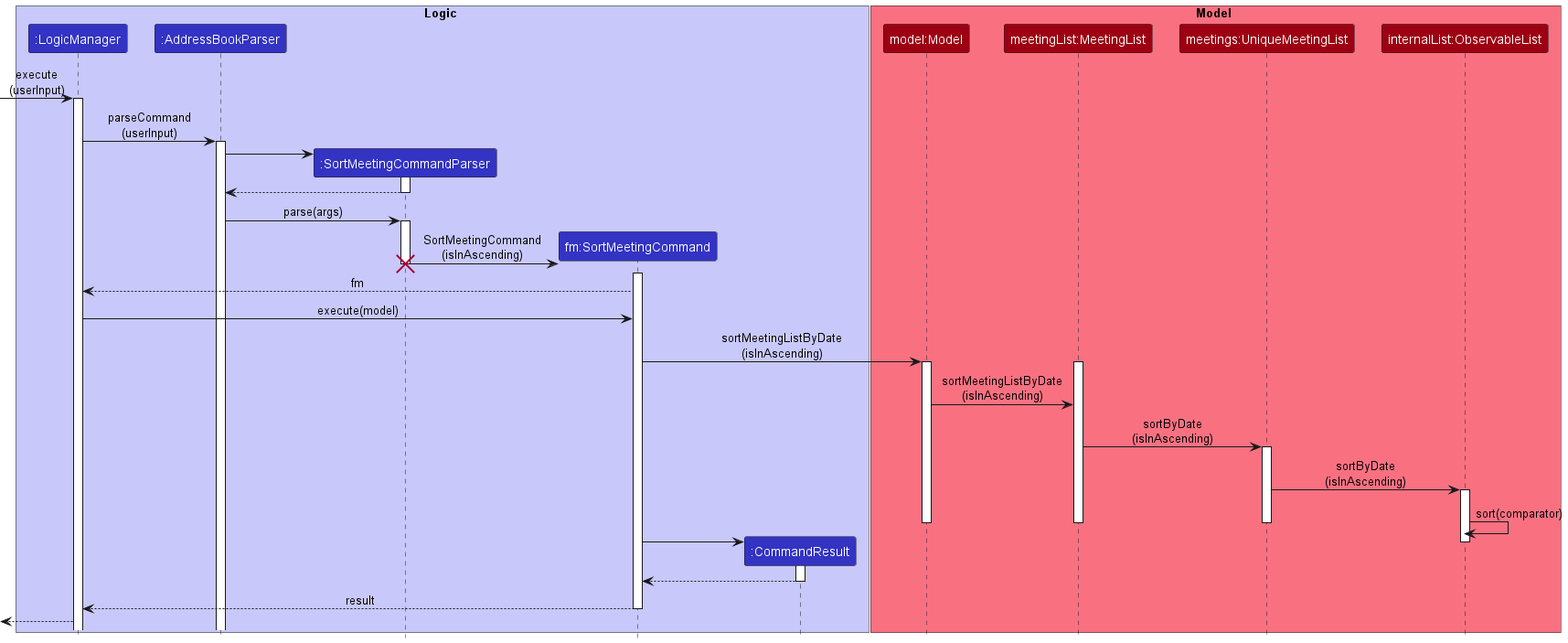
The PlantUML diagram docs/images/SortMeetingSequenceDiagram.png in nus-cs2103-AY2223S1/tp, before a commit. Source of this version:
```plantuml
@startuml
!include style.puml

box Logic LOGIC_COLOR_T1
participant ":LogicManager" as LogicManager LOGIC_COLOR
participant ":AddressBookParser" as AddressBookParser LOGIC_COLOR
participant ":SortMeetingCommandParser" as SortMeetingCommandParser LOGIC_COLOR
participant "fm:SortMeetingCommand" as SortMeetingCommand LOGIC_COLOR
participant ":CommandResult" as CommandResult LOGIC_COLOR
end box

box Model MODEL_COLOR_T1
participant "model:Model" as Model MODEL_COLOR
participant "meetingList:MeetingList" as MeetingList MODEL_COLOR
participant "meetings:UniqueMeetingList" as UniqueMeetingList MODEL_COLOR
participant "internalList:ObservableList" as ObservableList MODEL_COLOR

end box

[-> LogicManager : execute\n(userInput)
activate LogicManager

LogicManager -> AddressBookParser : parseCommand\n(userInput)
activate AddressBookParser

create SortMeetingCommandParser
AddressBookParser -> SortMeetingCommandParser
activate SortMeetingCommandParser
SortMeetingCommandParser --> AddressBookParser
deactivate SortMeetingCommandParser


AddressBookParser -> SortMeetingCommandParser : parse(args)
activate SortMeetingCommandParser

create SortMeetingCommand
SortMeetingCommandParser -> SortMeetingCommand : SortMeetingCommand\n(isInAscending)
deactivate SortMeetingCommandParser

activate SortMeetingCommand
destroy SortMeetingCommandParser
SortMeetingCommand --> LogicManager : fm
SortMeetingCommand <- LogicManager : execute(model)
SortMeetingCommand -> Model : sortMeetingListByDate\n(isInAscending)
activate Model

activate MeetingList
Model -> MeetingList : sortMeetingListByDate\n(isInAscending)
MeetingList -> UniqueMeetingList : sortByDate\n(isInAscending)
activate UniqueMeetingList

UniqueMeetingList -> ObservableList : sortByDate\n(isInAscending)
activate ObservableList
ObservableList -> ObservableList : sort(comparator)

deactivate UniqueMeetingList
deactivate MeetingList
deactivate Model
create CommandResult
SortMeetingCommand -> CommandResult
deactivate ObservableList

activate CommandResult
CommandResult --> SortMeetingCommand
deactivate CommandResult
SortMeetingCommand --> LogicManager : result
deactivate SortMeetingCommand

[<--LogicManager

@enduml
```
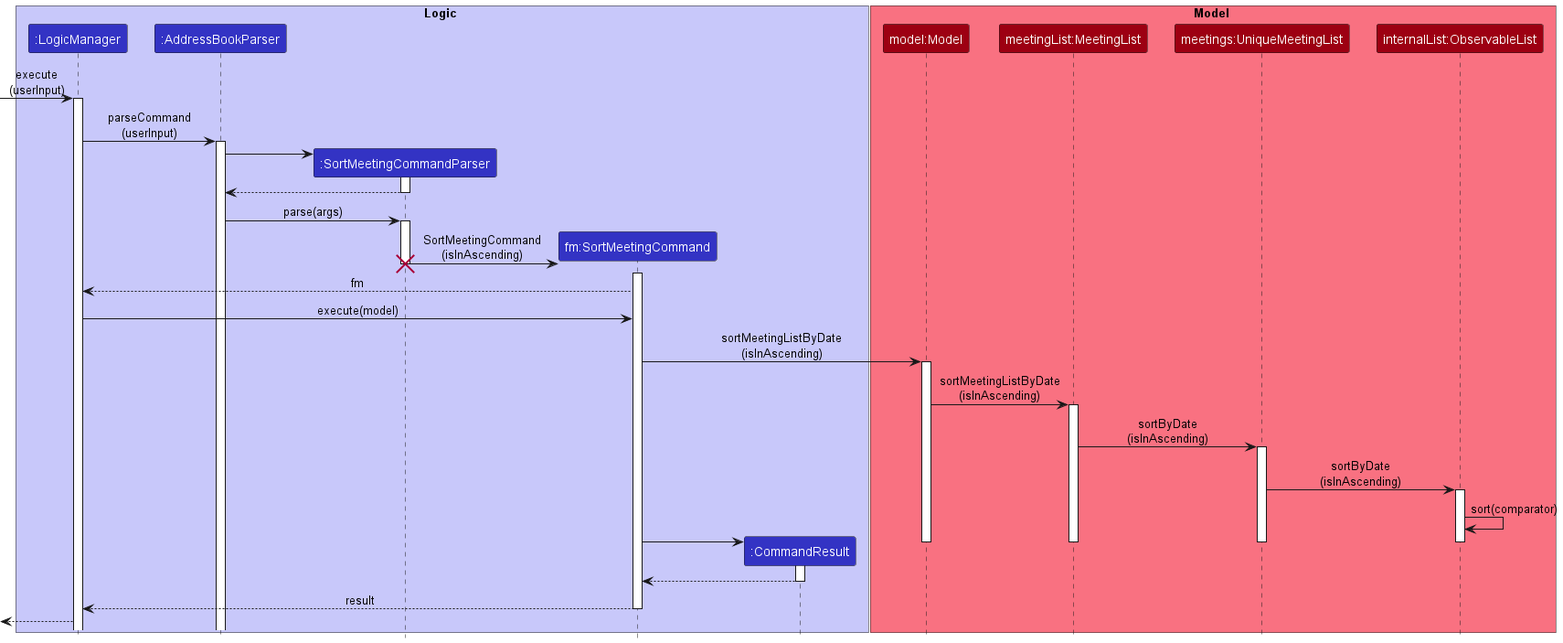
Later version of the same file.

Change to the diagram source:
```diff
@@ -44,8 +44,9 @@
 SortMeetingCommand -> Model : sortMeetingListByDate\n(isInAscending)
 activate Model
 
+
+Model -> MeetingList : sortMeetingListByDate\n(isInAscending)
 activate MeetingList
-Model -> MeetingList : sortMeetingListByDate\n(isInAscending)
 MeetingList -> UniqueMeetingList : sortByDate\n(isInAscending)
 activate UniqueMeetingList
 
@@ -53,12 +54,13 @@
 activate ObservableList
 ObservableList -> ObservableList : sort(comparator)
 
+
+create CommandResult
+SortMeetingCommand -> CommandResult
+deactivate ObservableList
 deactivate UniqueMeetingList
 deactivate MeetingList
 deactivate Model
-create CommandResult
-SortMeetingCommand -> CommandResult
-deactivate ObservableList
 
 activate CommandResult
 CommandResult --> SortMeetingCommand
```
